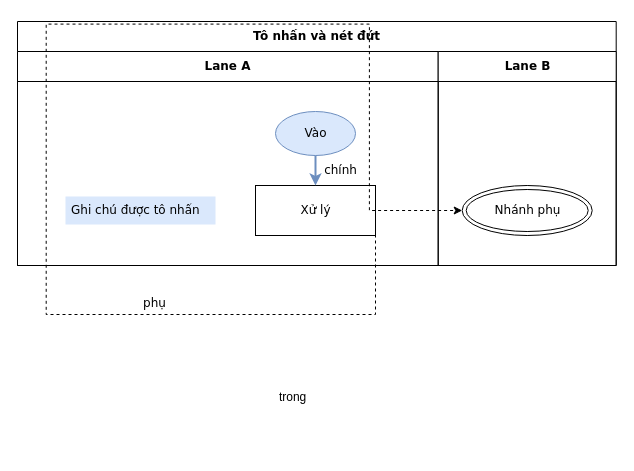
The draw.io diagram conformance/merge/fuzz-426/flow.drawio in luytbq/flowcast, before the edit. Source tidied: cells renumbered, new cells numbered last; positions are measured from the earlier drawing's top-left corner, leaving out a move shared by most shapes. Both pictures are drawn from the tidied source at 100%, with x=0, y=0 at pixel (17, 21).
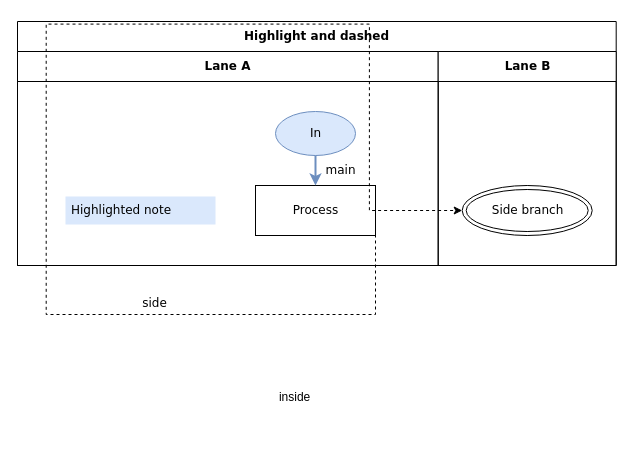
After the change.

Diff of the diagram source:
```diff
@@
 <mxGraphModel>
   <root>
     <mxCell id="0" />
     <mxCell id="1" parent="0" />
-    <mxCell id="2" value="Tô nhấn và nét đứt" style="swimlane;html=1;startSize=30;fontStyle=1;fontFamily=Verdana;fontSize=12;flowtable=1;" parent="1" vertex="1">
+    <mxCell id="2" value="Highlight and dashed" style="swimlane;html=1;startSize=30;fontStyle=1;fontFamily=Verdana;fontSize=12;flowtable=1;" parent="1" vertex="1">
       <mxGeometry width="598.7" height="244" as="geometry" />
     </mxCell>
     <mxCell id="3" value="Lane A" style="swimlane;html=1;startSize=30;fontFamily=Verdana;fontSize=12;flowtable=1;" parent="2" vertex="1">
       <mxGeometry y="30" width="420.7" height="214" as="geometry" />
     </mxCell>
     <mxCell id="4" value="Lane B" style="swimlane;html=1;startSize=30;fontFamily=Verdana;fontSize=12;flowtable=1;" parent="2" vertex="1">
       <mxGeometry x="420.7" y="30" width="178" height="214" as="geometry" />
     </mxCell>
-    <mxCell id="5" value="Vào" style="ellipse;html=1;fillColor=#dae8fc;strokeColor=#6c8ebf;fontFamily=Verdana;fontSize=12;flowtable=1;" parent="3" vertex="1">
+    <mxCell id="5" value="In" style="ellipse;html=1;fillColor=#dae8fc;strokeColor=#6c8ebf;fontFamily=Verdana;fontSize=12;flowtable=1;" parent="3" vertex="1">
       <mxGeometry x="258" y="60" width="80" height="44" as="geometry" />
     </mxCell>
-    <mxCell id="6" value="Xử lý" style="rounded=0;html=1;fontFamily=Verdana;fontSize=12;flowtable=1;" parent="3" vertex="1">
+    <mxCell id="6" value="Process" style="rounded=0;html=1;fontFamily=Verdana;fontSize=12;flowtable=1;" parent="3" vertex="1">
       <mxGeometry x="238" y="134" width="120" height="50" as="geometry" />
     </mxCell>
-    <mxCell id="7" value="Ghi chú được tô nhấn" style="text;html=1;align=left;verticalAlign=middle;spacingLeft=4;fillColor=#dae8fc;strokeColor=none;fontFamily=Verdana;fontSize=12;flowtable=1;" parent="3" vertex="1">
+    <mxCell id="7" value="Highlighted note" style="text;html=1;align=left;verticalAlign=middle;spacingLeft=4;fillColor=#dae8fc;strokeColor=none;fontFamily=Verdana;fontSize=12;flowtable=1;" parent="3" vertex="1">
       <mxGeometry x="48" y="145" width="150" height="28" as="geometry" />
     </mxCell>
-    <mxCell id="8" value="Nhánh phụ" style="shape=doubleEllipse;html=1;fontFamily=Verdana;fontSize=12;flowtable=1;" parent="4" vertex="1">
+    <mxCell id="8" value="Side branch" style="shape=doubleEllipse;html=1;fontFamily=Verdana;fontSize=12;flowtable=1;" parent="4" vertex="1">
       <mxGeometry x="24" y="134" width="130" height="50" as="geometry" />
     </mxCell>
-    <mxCell id="9" value="chính" style="edgeStyle=orthogonalEdgeStyle;rounded=0;jettySize=auto;html=1;labelBackgroundColor=default;exitX=0.5;exitY=1;exitDx=0;exitDy=0;entryX=0.5;entryY=0;entryDx=0;entryDy=0;strokeColor=#6c8ebf;strokeWidth=2;fontFamily=Verdana;fontSize=12;flowtable=1;" parent="2" edge="1" source="5" target="6">
+    <mxCell id="9" value="main" style="edgeStyle=orthogonalEdgeStyle;rounded=0;jettySize=auto;html=1;labelBackgroundColor=default;exitX=0.5;exitY=1;exitDx=0;exitDy=0;entryX=0.5;entryY=0;entryDx=0;entryDy=0;strokeColor=#6c8ebf;strokeWidth=2;fontFamily=Verdana;fontSize=12;flowtable=1;" parent="2" edge="1" source="5" target="6">
       <mxGeometry x="-0.03" relative="1" as="geometry">
         <mxPoint x="25.2" as="offset" />
       </mxGeometry>
     </mxCell>
-    <mxCell id="10" value="phụ" style="edgeStyle=orthogonalEdgeStyle;rounded=0;jettySize=auto;html=1;labelBackgroundColor=default;exitX=1;exitY=0.5;exitDx=0;exitDy=0;entryX=0;entryY=0.5;entryDx=0;entryDy=0;dashed=1;fontFamily=Verdana;fontSize=12;flowtable=1;" parent="2" edge="1" source="6" target="8">
+    <mxCell id="10" value="side" style="edgeStyle=orthogonalEdgeStyle;rounded=0;jettySize=auto;html=1;labelBackgroundColor=default;exitX=1;exitY=0.5;exitDx=0;exitDy=0;entryX=0;entryY=0.5;entryDx=0;entryDy=0;dashed=1;fontFamily=Verdana;fontSize=12;flowtable=1;" parent="2" edge="1" source="6" target="8">
       <mxGeometry x="-0.51" relative="1" as="geometry">
         <Array as="points">
           <mxPoint x="28.7" y="293" />
           <mxPoint x="320" y="2.6" />
           <mxPoint x="351.9" y="126" />
         </Array>
         <mxPoint y="-11.5" as="offset" />
       </mxGeometry>
     </mxCell>
     <mxCell id="11" style="endArrow=classic;html=1;" parent="1" edge="1" source="5">
       <mxGeometry relative="1" as="geometry" />
     </mxCell>
     <mxCell id="12" style="group;" parent="3" vertex="1">
       <mxGeometry x="249.9" y="321.5" width="200" height="80" as="geometry" />
     </mxCell>
-    <mxCell id="13" value="trong" style="text;" parent="12" vertex="1">
+    <mxCell id="13" value="inside" style="text;" parent="12" vertex="1">
       <mxGeometry x="10" y="10" width="100" height="30" as="geometry" />
     </mxCell>
   </root>
 </mxGraphModel>
```
